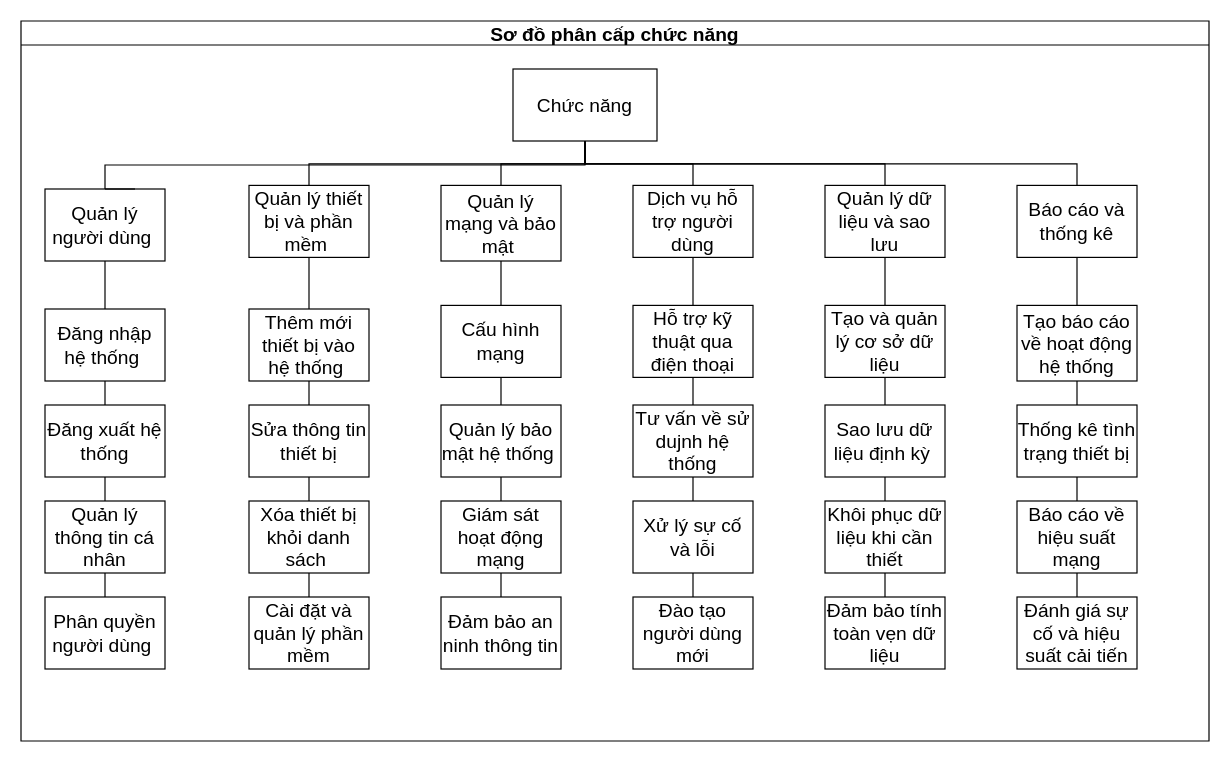
Earlier version of the draw.io diagram page "Page-1" (1 of 2) of Các sơ đồ chp hệ thống.drawio (Thu-Chang/Phan_tich_cong_ty_Tung_Phat). Source tidied: cells renumbered, new cells numbered last; positions are measured from the earlier drawing's top-left corner, leaving out a move shared by most shapes. Both pictures are drawn from the tidied source at 120%, with x=0, y=0 at pixel (20, 20).
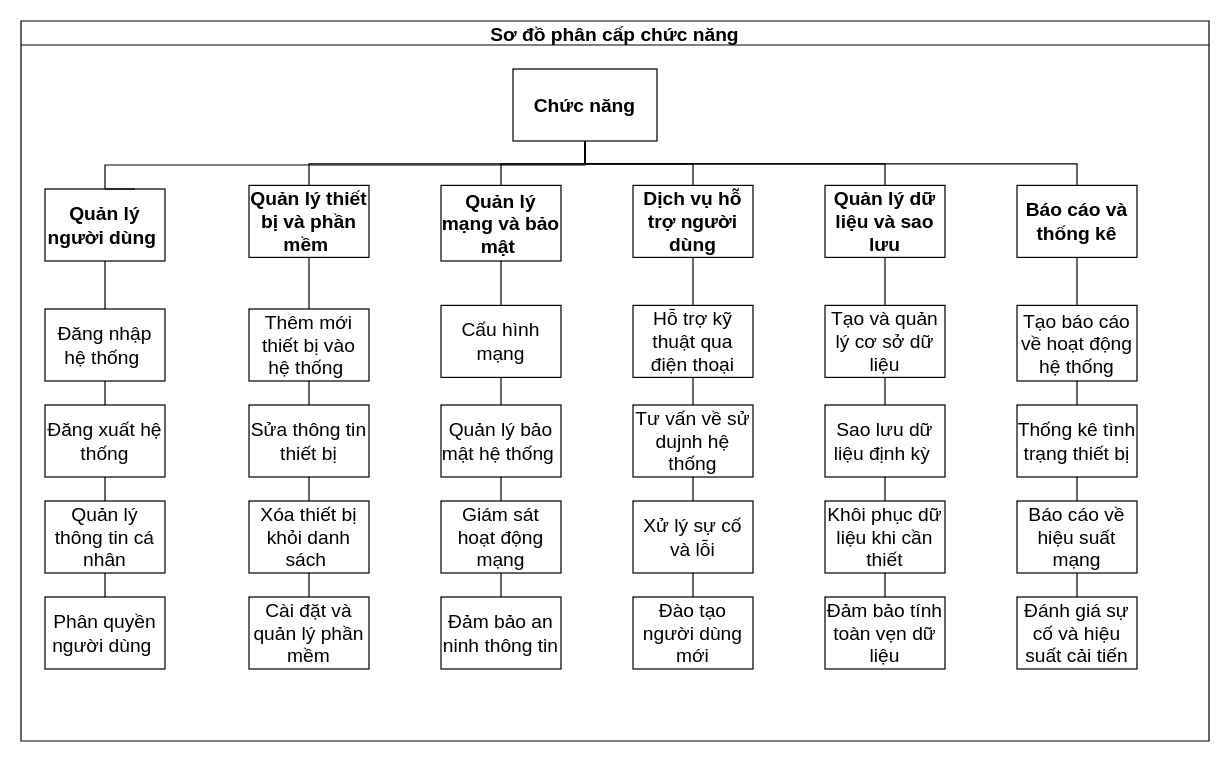
After the change.

Unchanged cells that the change refers to:
```xml
<mxCell id="2" value="Sơ đồ phân cấp chức năng" style="swimlane;startSize=20;horizontal=1;containerType=tree;newEdgeStyle={&quot;edgeStyle&quot;:&quot;elbowEdgeStyle&quot;,&quot;startArrow&quot;:&quot;none&quot;,&quot;endArrow&quot;:&quot;none&quot;};fontSize=16;" parent="1" vertex="1">
  <mxGeometry width="990" height="600" as="geometry" />
</mxCell>
```

Change to the diagram source:
```diff
@@
-    <mxCell id="5" value="Chức năng" style="whiteSpace=wrap;html=1;align=center;newEdgeStyle={&quot;edgeStyle&quot;:&quot;elbowEdgeStyle&quot;,&quot;startArrow&quot;:&quot;none&quot;,&quot;endArrow&quot;:&quot;none&quot;};fontSize=16;" parent="2" vertex="1">
+    <mxCell id="5" value="Chức năng" style="whiteSpace=wrap;html=1;align=center;newEdgeStyle={&quot;edgeStyle&quot;:&quot;elbowEdgeStyle&quot;,&quot;startArrow&quot;:&quot;none&quot;,&quot;endArrow&quot;:&quot;none&quot;};fontSize=16;fontStyle=1;" parent="2" vertex="1">
       <mxGeometry x="410" y="40" width="120" height="60" as="geometry" />
     </mxCell>
-    <mxCell id="6" value="Quản lý người dùng&amp;nbsp;" style="whiteSpace=wrap;html=1;align=center;verticalAlign=middle;newEdgeStyle={&quot;edgeStyle&quot;:&quot;elbowEdgeStyle&quot;,&quot;startArrow&quot;:&quot;none&quot;,&quot;endArrow&quot;:&quot;none&quot;};fontSize=16;" parent="2" vertex="1">
+    <mxCell id="6" value="Quản lý người dùng&amp;nbsp;" style="whiteSpace=wrap;html=1;align=center;verticalAlign=middle;newEdgeStyle={&quot;edgeStyle&quot;:&quot;elbowEdgeStyle&quot;,&quot;startArrow&quot;:&quot;none&quot;,&quot;endArrow&quot;:&quot;none&quot;};fontSize=16;fontStyle=1;" parent="2" vertex="1">
       <mxGeometry x="20" y="140" width="100" height="60" as="geometry" />
     </mxCell>
-    <mxCell id="7" value="Quản lý thiết bị và phần mềm&amp;nbsp;" style="whiteSpace=wrap;html=1;align=center;verticalAlign=middle;newEdgeStyle={&quot;edgeStyle&quot;:&quot;elbowEdgeStyle&quot;,&quot;startArrow&quot;:&quot;none&quot;,&quot;endArrow&quot;:&quot;none&quot;};fontSize=16;" parent="2" vertex="1">
+    <mxCell id="7" value="Quản lý thiết bị và phần mềm&amp;nbsp;" style="whiteSpace=wrap;html=1;align=center;verticalAlign=middle;newEdgeStyle={&quot;edgeStyle&quot;:&quot;elbowEdgeStyle&quot;,&quot;startArrow&quot;:&quot;none&quot;,&quot;endArrow&quot;:&quot;none&quot;};fontSize=16;fontStyle=1;" parent="2" vertex="1">
       <mxGeometry x="190" y="137" width="100" height="60" as="geometry" />
     </mxCell>
@@
-    <mxCell id="25" value="Quản lý mạng và bảo mật&amp;nbsp;" style="whiteSpace=wrap;html=1;align=center;verticalAlign=middle;newEdgeStyle={&quot;edgeStyle&quot;:&quot;elbowEdgeStyle&quot;,&quot;startArrow&quot;:&quot;none&quot;,&quot;endArrow&quot;:&quot;none&quot;};fontSize=16;" parent="2" vertex="1">
+    <mxCell id="25" value="Quản lý mạng và bảo mật&amp;nbsp;" style="whiteSpace=wrap;html=1;align=center;verticalAlign=middle;newEdgeStyle={&quot;edgeStyle&quot;:&quot;elbowEdgeStyle&quot;,&quot;startArrow&quot;:&quot;none&quot;,&quot;endArrow&quot;:&quot;none&quot;};fontSize=16;fontStyle=1;" parent="2" vertex="1">
       <mxGeometry x="350" y="137" width="100" height="63" as="geometry" />
     </mxCell>
@@
-    <mxCell id="27" value="Dịch vụ hỗ trợ người dùng" style="whiteSpace=wrap;html=1;align=center;verticalAlign=middle;newEdgeStyle={&quot;edgeStyle&quot;:&quot;elbowEdgeStyle&quot;,&quot;startArrow&quot;:&quot;none&quot;,&quot;endArrow&quot;:&quot;none&quot;};fontSize=16;" parent="2" vertex="1">
+    <mxCell id="27" value="Dịch vụ hỗ trợ người dùng" style="whiteSpace=wrap;html=1;align=center;verticalAlign=middle;newEdgeStyle={&quot;edgeStyle&quot;:&quot;elbowEdgeStyle&quot;,&quot;startArrow&quot;:&quot;none&quot;,&quot;endArrow&quot;:&quot;none&quot;};fontSize=16;fontStyle=1;" parent="2" vertex="1">
       <mxGeometry x="510" y="137" width="100" height="60" as="geometry" />
     </mxCell>
@@
-    <mxCell id="37" value="Quản lý dữ liệu và sao lưu" style="whiteSpace=wrap;html=1;align=center;verticalAlign=middle;newEdgeStyle={&quot;edgeStyle&quot;:&quot;elbowEdgeStyle&quot;,&quot;startArrow&quot;:&quot;none&quot;,&quot;endArrow&quot;:&quot;none&quot;};fontSize=16;" parent="2" vertex="1">
+    <mxCell id="37" value="Quản lý dữ liệu và sao lưu" style="whiteSpace=wrap;html=1;align=center;verticalAlign=middle;newEdgeStyle={&quot;edgeStyle&quot;:&quot;elbowEdgeStyle&quot;,&quot;startArrow&quot;:&quot;none&quot;,&quot;endArrow&quot;:&quot;none&quot;};fontSize=16;fontStyle=1;" parent="2" vertex="1">
       <mxGeometry x="670" y="137" width="100" height="60" as="geometry" />
     </mxCell>
@@
-    <mxCell id="47" value="Báo cáo và thống kê" style="whiteSpace=wrap;html=1;align=center;verticalAlign=middle;newEdgeStyle={&quot;edgeStyle&quot;:&quot;elbowEdgeStyle&quot;,&quot;startArrow&quot;:&quot;none&quot;,&quot;endArrow&quot;:&quot;none&quot;};fontSize=16;" parent="2" vertex="1">
+    <mxCell id="47" value="Báo cáo và thống kê" style="whiteSpace=wrap;html=1;align=center;verticalAlign=middle;newEdgeStyle={&quot;edgeStyle&quot;:&quot;elbowEdgeStyle&quot;,&quot;startArrow&quot;:&quot;none&quot;,&quot;endArrow&quot;:&quot;none&quot;};fontSize=16;fontStyle=1;" parent="2" vertex="1">
       <mxGeometry x="830" y="137" width="100" height="60" as="geometry" />
     </mxCell>
```
